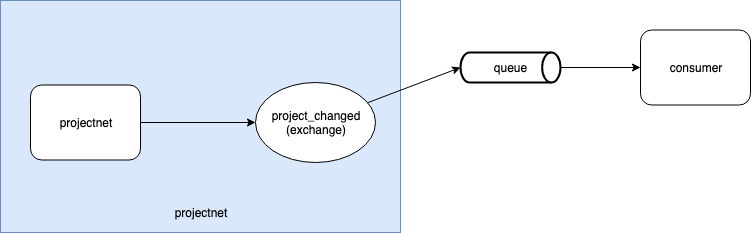
tsongpon/share keeps this draw.io diagram as images/projectnet_event.png. Above is the earlier version. Source tidied: cells renumbered, new cells last; positions are measured from the earlier drawing's top-left corner, leaving out a move shared by most shapes.
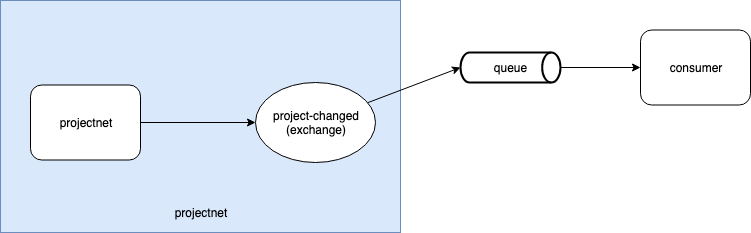
The same file after the commit.

Commit message:
Update exchange name

What changed in the source:
```diff
@@ -14,7 +14,7 @@
     <mxCell id="5" style="rounded=0;jettySize=auto;html=1;entryX=0;entryY=0.5;entryDx=0;entryDy=0;entryPerimeter=0;" parent="1" edge="1" source="6" target="8">
       <mxGeometry relative="1" as="geometry" />
     </mxCell>
-    <mxCell id="6" value="project_changed&lt;br&gt;(exchange)&lt;br&gt;" style="ellipse;whiteSpace=wrap;html=1;" parent="1" vertex="1">
+    <mxCell id="6" value="project-changed&lt;br&gt;(exchange)&lt;br&gt;" style="ellipse;whiteSpace=wrap;html=1;" parent="1" vertex="1">
       <mxGeometry x="255" y="82" width="120" height="80" as="geometry" />
     </mxCell>
     <mxCell id="7" style="edgeStyle=none;rounded=0;jettySize=auto;html=1;entryX=0;entryY=0.5;entryDx=0;entryDy=0;" parent="1" edge="1" source="8" target="9">
```
